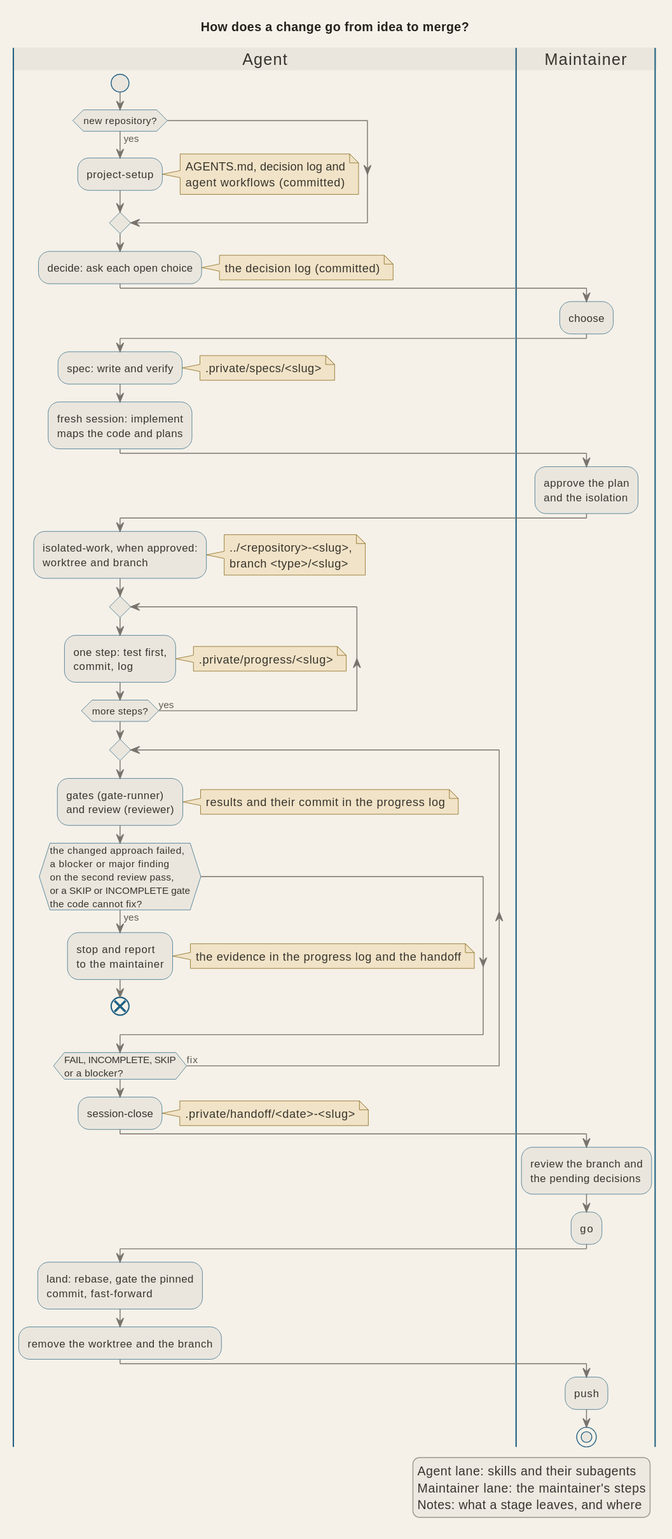
The PlantUML diagram docs/diagrams/pipeline_stages.svg in signorenne/dotagents, before a commit.
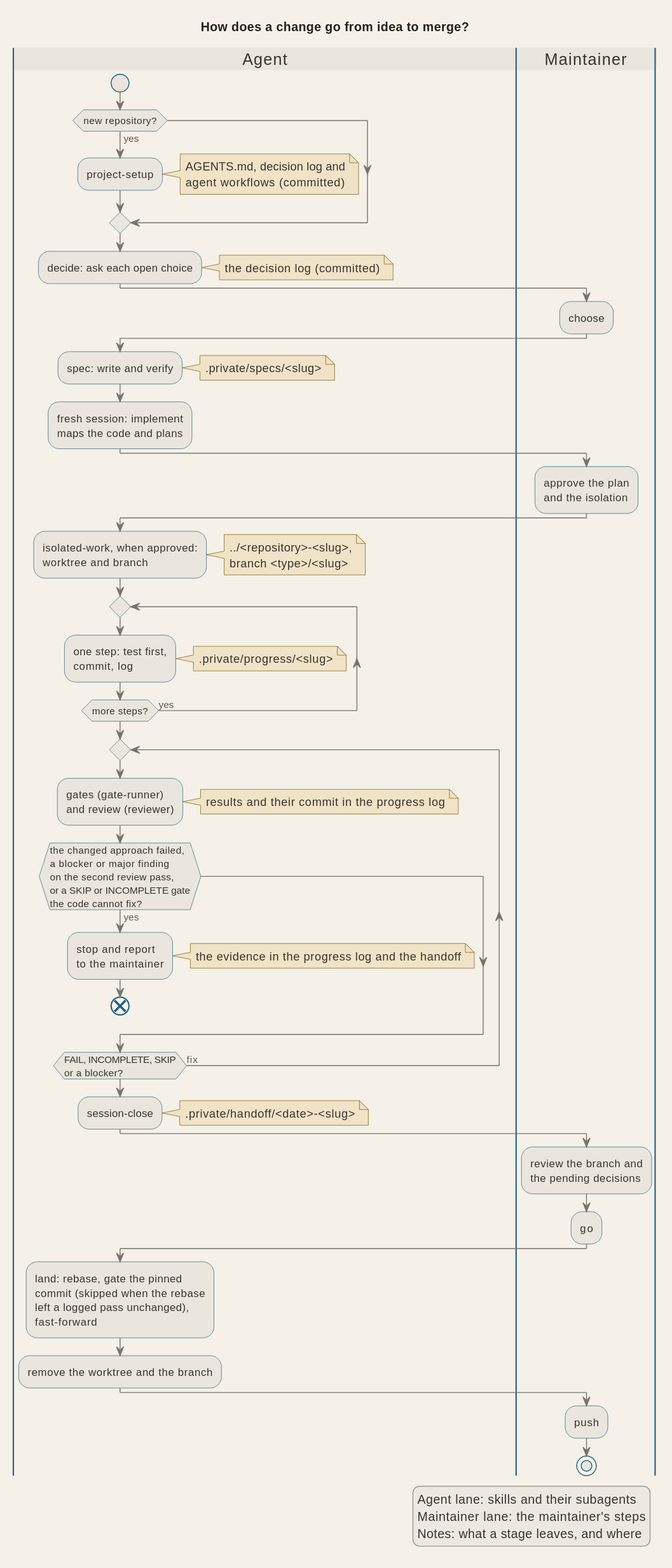
The same file after the commit.

Commit message:
docs(architecture): say when implement skips scout and when landing skips the gate run

What changed in the source:
```diff
@@ -54,7 +54,9 @@
 :go;
 |Agent|
 :land: rebase, gate the pinned
-commit, fast-forward;
+commit (skipped when the rebase
+left a logged pass unchanged),
+fast-forward;
 :remove the worktree and the branch;
 |Maintainer|
 :push;
```
